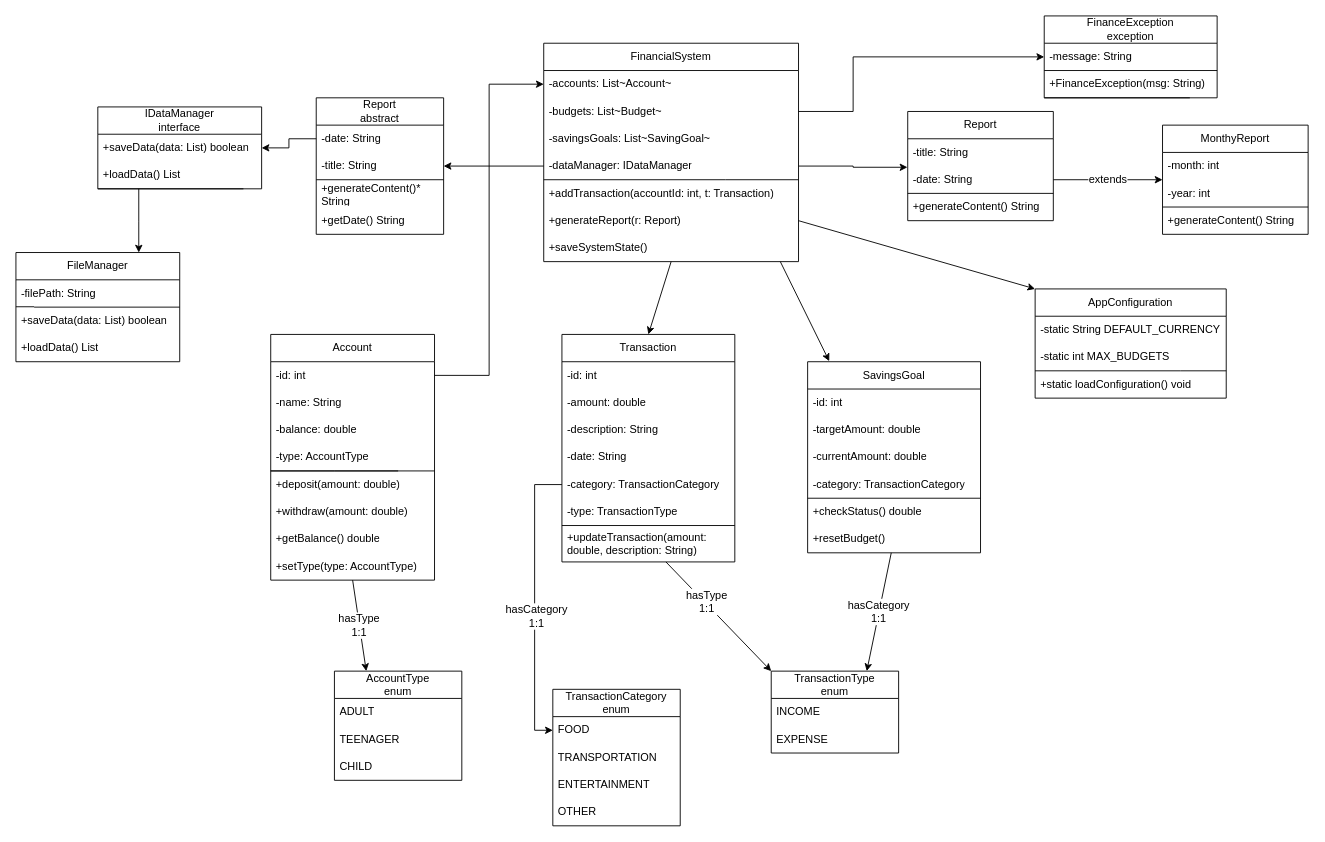
The draw.io diagram Docs/UML.drawio.xml in undeMalum/finance-manager, before the edit. Source tidied: cells renumbered, new cells numbered last; positions are measured from the earlier drawing's top-left corner, leaving out a move shared by most shapes. Both pictures are drawn from the tidied source at 91%, with x=0, y=0 at pixel (15, 15).
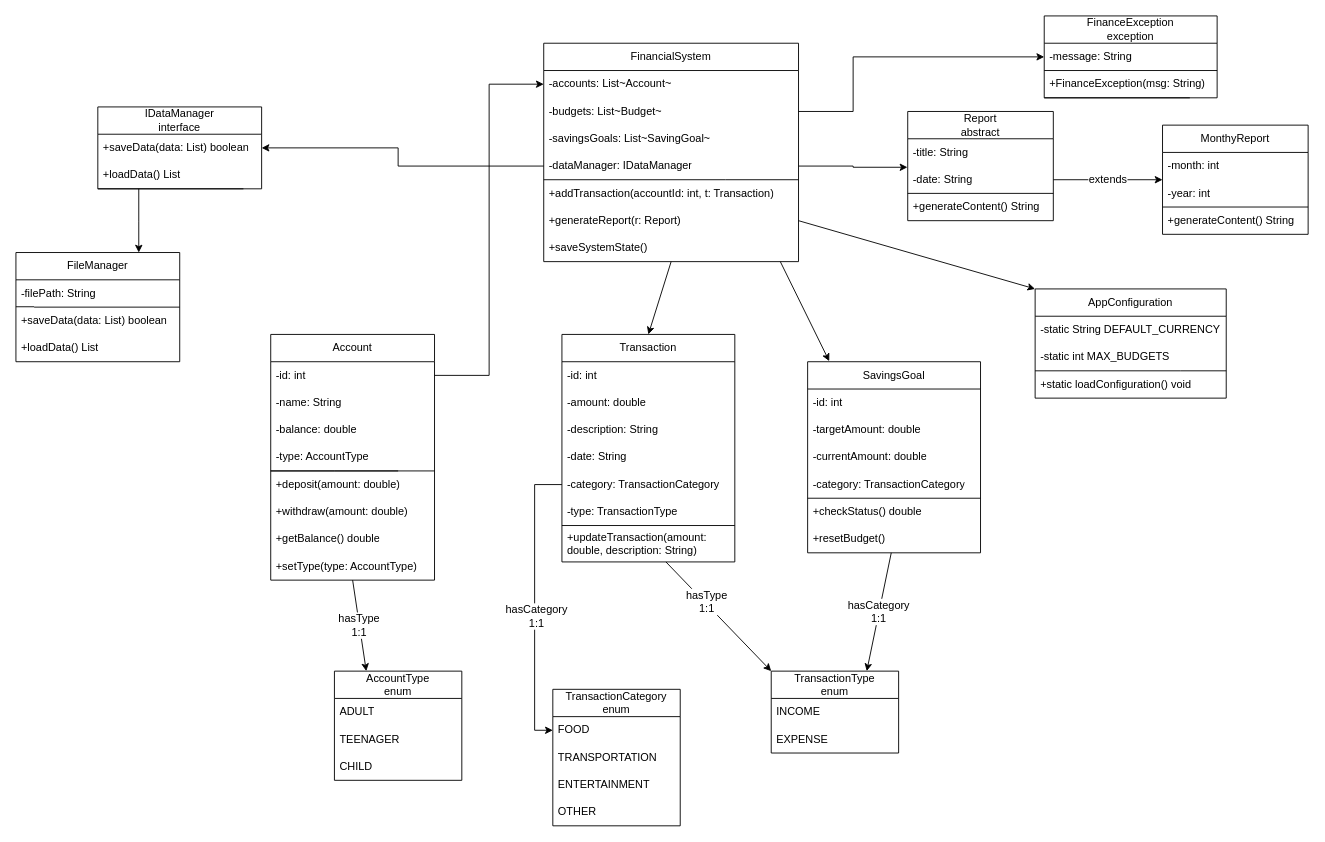
After the change.

Commit message:
feat: fix UML diagram

Unchanged cells that the change refers to:
```xml
<mxCell id="36" value="-dataManager: IDataManager" style="text;strokeColor=none;fillColor=none;align=left;verticalAlign=middle;spacingLeft=4;spacingRight=4;overflow=hidden;points=[[0,0.5],[1,0.5]];portConstraint=eastwest;whiteSpace=wrap;html=1;fontFamily=Helvetica;fontSize=12;fontColor=default;fontStyle=0;horizontal=1;" parent="32" vertex="1">
  <mxGeometry y="120" width="280" height="30" as="geometry" />
</mxCell>
<mxCell id="71" value="+saveData(data: List) boolean" style="text;strokeColor=none;fillColor=none;align=left;verticalAlign=middle;spacingLeft=4;spacingRight=4;overflow=hidden;points=[[0,0.5],[1,0.5]];portConstraint=eastwest;whiteSpace=wrap;html=1;fontFamily=Helvetica;fontSize=12;fontColor=default;fontStyle=0;horizontal=1;" parent="70" vertex="1">
  <mxGeometry y="30" width="180" height="30" as="geometry" />
</mxCell>
```

The edit, as a diff of the source:
```diff
@@
-    <mxCell id="17" value="Report&lt;div&gt;abstract&lt;/div&gt;" style="swimlane;fontStyle=0;horizontal=1;startSize=30;whiteSpace=wrap;html=1;strokeColor=default;align=center;verticalAlign=middle;fontFamily=Helvetica;fontSize=12;fontColor=default;fillColor=default;" parent="1" vertex="1">
-      <mxGeometry x="330" y="90" width="140" height="150" as="geometry" />
-    </mxCell>
-    <mxCell id="18" value="-date: String" style="text;strokeColor=none;fillColor=none;align=left;verticalAlign=middle;spacingLeft=4;spacingRight=4;overflow=hidden;points=[[0,0.5],[1,0.5]];portConstraint=eastwest;whiteSpace=wrap;html=1;fontFamily=Helvetica;fontSize=12;fontColor=default;fontStyle=0;horizontal=1;" parent="17" vertex="1">
-      <mxGeometry y="30" width="140" height="30" as="geometry" />
-    </mxCell>
-    <mxCell id="19" value="-title: String" style="text;strokeColor=none;fillColor=none;align=left;verticalAlign=middle;spacingLeft=4;spacingRight=4;overflow=hidden;points=[[0,0.5],[1,0.5]];portConstraint=eastwest;whiteSpace=wrap;html=1;fontFamily=Helvetica;fontSize=12;fontColor=default;fontStyle=0;horizontal=1;" parent="17" vertex="1">
-      <mxGeometry y="60" width="140" height="30" as="geometry" />
-    </mxCell>
-    <mxCell id="20" style="endArrow=none;html=1;rounded=0;fontFamily=Helvetica;fontSize=12;fontColor=default;fontStyle=0;horizontal=1;" parent="17" edge="1">
-      <mxGeometry relative="1" as="geometry">
-        <mxPoint y="90" as="sourcePoint" />
-        <mxPoint x="140" y="90" as="targetPoint" />
-      </mxGeometry>
-    </mxCell>
-    <mxCell id="21" value="+generateContent()* String" style="text;strokeColor=none;fillColor=none;align=left;verticalAlign=middle;spacingLeft=4;spacingRight=4;overflow=hidden;whiteSpace=wrap;html=1;fontFamily=Helvetica;fontSize=12;fontColor=default;fontStyle=0;horizontal=1;" parent="17" vertex="1">
-      <mxGeometry y="90" width="140" height="30" as="geometry" />
-    </mxCell>
-    <mxCell id="22" value="+getDate() String" style="text;strokeColor=none;fillColor=none;align=left;verticalAlign=middle;spacingLeft=4;spacingRight=4;overflow=hidden;whiteSpace=wrap;html=1;fontFamily=Helvetica;fontSize=12;fontColor=default;fontStyle=0;horizontal=1;" parent="17" vertex="1">
-      <mxGeometry y="120" width="140" height="30" as="geometry" />
-    </mxCell>
@@
-    <mxCell id="43" style="endArrow=classic;html=1;rounded=0;fontFamily=Helvetica;fontSize=12;fontColor=default;fontStyle=0;horizontal=1;exitX=0;exitY=0.5;exitDx=0;exitDy=0;entryX=1;entryY=0.5;entryDx=0;entryDy=0;" parent="1" edge="1" source="36" target="19">
-      <mxGeometry relative="1" as="geometry" />
+    <mxCell id="43" style="endArrow=classic;html=1;rounded=0;fontFamily=Helvetica;fontSize=12;fontColor=default;fontStyle=0;horizontal=1;exitX=0;exitY=0.5;exitDx=0;exitDy=0;entryX=1;entryY=0.5;entryDx=0;entryDy=0;" parent="1" edge="1" source="36" target="71">
+      <mxGeometry relative="1" as="geometry">
+        <Array as="points">
+          <mxPoint x="420" y="165" />
+          <mxPoint x="420" y="145" />
+        </Array>
+      </mxGeometry>
     </mxCell>
@@
-    <mxCell id="74" style="edgeStyle=orthogonalEdgeStyle;rounded=0;jettySize=auto;html=1;exitX=0;exitY=0.5;exitDx=0;exitDy=0;entryX=1;entryY=0.5;entryDx=0;entryDy=0;fontFamily=Helvetica;fontSize=12;fontColor=default;fontStyle=0;horizontal=1;" parent="1" edge="1" source="18" target="71">
-      <mxGeometry relative="1" as="geometry" />
-    </mxCell>
@@
-    <mxCell id="98" value="Report" style="swimlane;fontStyle=0;horizontal=1;startSize=30;whiteSpace=wrap;html=1;strokeColor=default;align=center;verticalAlign=middle;fontFamily=Helvetica;fontSize=12;fontColor=default;fillColor=default;" parent="1" vertex="1">
+    <mxCell id="98" value="Report&lt;div&gt;abstract&lt;/div&gt;" style="swimlane;fontStyle=0;horizontal=1;startSize=30;whiteSpace=wrap;html=1;strokeColor=default;align=center;verticalAlign=middle;fontFamily=Helvetica;fontSize=12;fontColor=default;fillColor=default;" parent="1" vertex="1">
       <mxGeometry x="980" y="105" width="160" height="120" as="geometry" />
     </mxCell>
```
